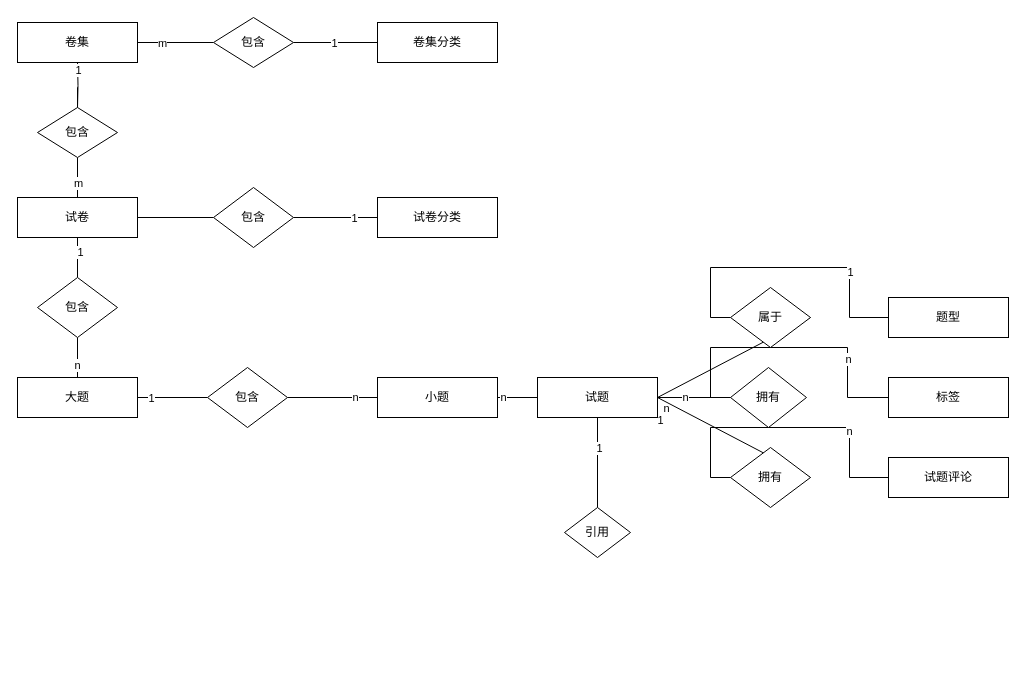
Before: page "总体E-R图" (7 of 16) of 题库E-R.drawio in ChenLiheng/question-project, a draw.io diagram. Source tidied: cells renumbered, new cells numbered last; positions are measured from the earlier drawing's top-left corner, leaving out a move shared by most shapes. Both pictures are drawn from the tidied source at 100%, with x=0, y=0 at pixel (17, 17).
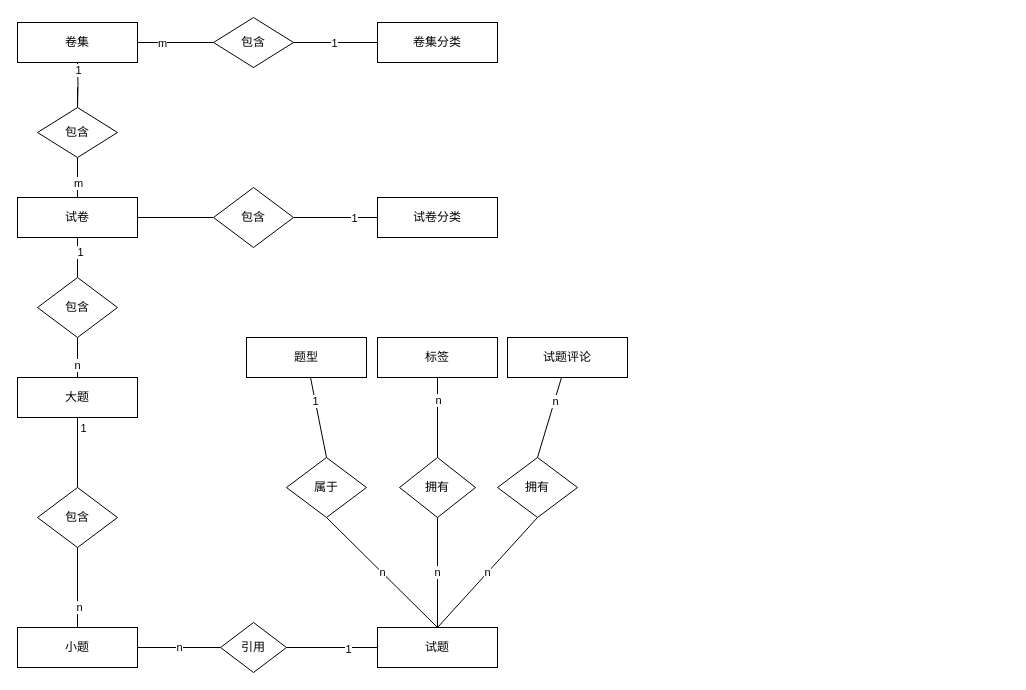
The same page after the edit.

The edit, as a diff of the source:
```diff
@@
-    <mxCell id="10" style="edgeStyle=orthogonalEdgeStyle;rounded=0;jettySize=auto;html=1;endArrow=none;endFill=0;" parent="1" edge="1" source="59" target="14">
-      <mxGeometry relative="1" as="geometry" />
-    </mxCell>
     <mxCell id="11" value="小题" style="whiteSpace=wrap;html=1;" parent="1" vertex="1">
-      <mxGeometry x="360" y="360" width="120" height="40" as="geometry" />
+      <mxGeometry y="610" width="120" height="40" as="geometry" />
     </mxCell>
@@
     <mxCell id="14" value="引用" style="rhombus;whiteSpace=wrap;html=1;" parent="1" vertex="1">
-      <mxGeometry x="547" y="490" width="66" height="50" as="geometry" />
+      <mxGeometry x="203" y="605" width="66" height="50" as="geometry" />
     </mxCell>
-    <mxCell id="15" style="rounded=0;jettySize=auto;html=1;endArrow=none;endFill=0;" parent="1" edge="1" source="17" target="11">
+    <mxCell id="15" style="rounded=0;jettySize=auto;html=1;endArrow=none;endFill=0;exitX=0.5;exitY=1;exitDx=0;exitDy=0;" parent="1" edge="1" source="17" target="11">
       <mxGeometry relative="1" as="geometry" />
     </mxCell>
@@
     <mxCell id="17" value="包含" style="rhombus;whiteSpace=wrap;html=1;" parent="1" vertex="1">
-      <mxGeometry x="190" y="350" width="80" height="60" as="geometry" />
+      <mxGeometry x="20" y="470" width="80" height="60" as="geometry" />
     </mxCell>
@@
-    <mxCell id="26" style="rounded=0;jettySize=auto;html=1;endArrow=none;endFill=0;exitX=1;exitY=0.5;exitDx=0;exitDy=0;" parent="1" edge="1" source="59" target="40">
+    <mxCell id="26" value="n" style="rounded=0;jettySize=auto;html=1;endArrow=none;endFill=0;exitX=0.5;exitY=0;exitDx=0;exitDy=0;" parent="1" edge="1" source="59" target="40">
       <mxGeometry relative="1" as="geometry" />
     </mxCell>
-    <mxCell id="27" value="n" style="edgeLabel;html=1;align=center;verticalAlign=middle;" parent="26" vertex="1">
-      <mxGeometry x="-0.8" y="-1" relative="1" as="geometry">
-        <mxPoint x="1" y="9" as="offset" />
-      </mxGeometry>
-    </mxCell>
-    <mxCell id="28" style="rounded=0;jettySize=auto;html=1;exitX=1;exitY=0.5;exitDx=0;exitDy=0;entryX=1;entryY=0.5;entryDx=0;entryDy=0;endArrow=none;endFill=0;" parent="1" edge="1" source="59" target="37">
+    <mxCell id="28" value="n" style="rounded=0;jettySize=auto;html=1;exitX=0.5;exitY=0;exitDx=0;exitDy=0;entryX=0.5;entryY=1;entryDx=0;entryDy=0;endArrow=none;endFill=0;" parent="1" edge="1" source="59" target="37">
       <mxGeometry relative="1" as="geometry" />
     </mxCell>
-    <mxCell id="29" value="1" style="edgeLabel;html=1;align=center;verticalAlign=middle;" parent="28" vertex="1">
-      <mxGeometry x="-0.81" y="-3" relative="1" as="geometry">
-        <mxPoint x="-10" y="12" as="offset" />
-      </mxGeometry>
-    </mxCell>
-    <mxCell id="30" style="rounded=0;jettySize=auto;html=1;entryX=1;entryY=0.5;entryDx=0;entryDy=0;endArrow=none;endFill=0;exitX=1;exitY=0.5;exitDx=0;exitDy=0;" parent="1" edge="1" source="59" target="43">
+    <mxCell id="30" value="n" style="rounded=0;jettySize=auto;html=1;entryX=0.5;entryY=1;entryDx=0;entryDy=0;endArrow=none;endFill=0;exitX=0.5;exitY=0;exitDx=0;exitDy=0;" parent="1" edge="1" source="59" target="43">
       <mxGeometry relative="1" as="geometry" />
     </mxCell>
-    <mxCell id="31" value="n" style="edgeLabel;html=1;align=center;verticalAlign=middle;" parent="30" vertex="1">
-      <mxGeometry x="-0.77" relative="1" as="geometry">
-        <mxPoint x="10" y="9" as="offset" />
-      </mxGeometry>
-    </mxCell>
     <mxCell id="32" value="试题评论" style="whiteSpace=wrap;html=1;" parent="1" vertex="1">
-      <mxGeometry x="871" y="440" width="120" height="40" as="geometry" />
+      <mxGeometry x="490" y="320" width="120" height="40" as="geometry" />
     </mxCell>
     <mxCell id="33" value="标签" style="whiteSpace=wrap;html=1;" parent="1" vertex="1">
-      <mxGeometry x="871" y="360" width="120" height="40" as="geometry" />
+      <mxGeometry x="360" y="320" width="120" height="40" as="geometry" />
     </mxCell>
     <mxCell id="34" value="题型" style="whiteSpace=wrap;html=1;" parent="1" vertex="1">
-      <mxGeometry x="871" y="280" width="120" height="40" as="geometry" />
+      <mxGeometry x="229" y="320" width="120" height="40" as="geometry" />
     </mxCell>
-    <mxCell id="35" style="edgeStyle=orthogonalEdgeStyle;rounded=0;jettySize=auto;html=1;endArrow=none;endFill=0;exitX=0;exitY=0.5;exitDx=0;exitDy=0;" parent="1" edge="1" source="37" target="32">
+    <mxCell id="35" style="rounded=0;jettySize=auto;html=1;endArrow=none;endFill=0;exitX=0.5;exitY=0;exitDx=0;exitDy=0;" parent="1" edge="1" source="37" target="32">
       <mxGeometry relative="1" as="geometry" />
     </mxCell>
@@
     <mxCell id="37" value="拥有" style="rhombus;whiteSpace=wrap;html=1;flipH=1;legacyAnchorPoints=0;" parent="1" vertex="1">
-      <mxGeometry x="713" y="430" width="80" height="60" as="geometry" />
+      <mxGeometry x="480" y="440" width="80" height="60" as="geometry" />
     </mxCell>
-    <mxCell id="38" style="edgeStyle=orthogonalEdgeStyle;rounded=0;jettySize=auto;html=1;exitX=0;exitY=0.5;exitDx=0;exitDy=0;endArrow=none;endFill=0;" parent="1" edge="1" source="40" target="33">
+    <mxCell id="38" style="rounded=0;jettySize=auto;html=1;exitX=0.5;exitY=0;exitDx=0;exitDy=0;endArrow=none;endFill=0;" parent="1" edge="1" source="40" target="33">
       <mxGeometry relative="1" as="geometry" />
     </mxCell>
@@
     <mxCell id="40" value="拥有" style="rhombus;whiteSpace=wrap;html=1;flipH=1;legacyAnchorPoints=0;" parent="1" vertex="1">
-      <mxGeometry x="713" y="350" width="76" height="60" as="geometry" />
+      <mxGeometry x="382" y="440" width="76" height="60" as="geometry" />
     </mxCell>
-    <mxCell id="41" style="edgeStyle=orthogonalEdgeStyle;rounded=0;jettySize=auto;html=1;exitX=0;exitY=0.5;exitDx=0;exitDy=0;endArrow=none;endFill=0;" parent="1" edge="1" source="43" target="34">
+    <mxCell id="41" style="rounded=0;jettySize=auto;html=1;exitX=0.5;exitY=0;exitDx=0;exitDy=0;endArrow=none;endFill=0;" parent="1" edge="1" source="43" target="34">
       <mxGeometry relative="1" as="geometry" />
     </mxCell>
@@
     <mxCell id="43" value="属于" style="rhombus;whiteSpace=wrap;html=1;flipH=1;legacyAnchorPoints=0;" parent="1" vertex="1">
-      <mxGeometry x="713" y="270" width="80" height="60" as="geometry" />
+      <mxGeometry x="269" y="440" width="80" height="60" as="geometry" />
     </mxCell>
@@
-    <mxCell id="57" style="edgeStyle=orthogonalEdgeStyle;rounded=0;jettySize=auto;html=1;endArrow=none;endFill=0;" parent="1" edge="1" source="11" target="59">
-      <mxGeometry relative="1" as="geometry" />
-    </mxCell>
-    <mxCell id="58" value="n" style="edgeLabel;html=1;align=center;verticalAlign=middle;" parent="57" vertex="1">
-      <mxGeometry x="-0.75" y="1" relative="1" as="geometry" />
-    </mxCell>
     <mxCell id="59" value="试题" style="whiteSpace=wrap;html=1;" parent="1" vertex="1">
-      <mxGeometry x="520" y="360" width="120" height="40" as="geometry" />
+      <mxGeometry x="360" y="610" width="120" height="40" as="geometry" />
     </mxCell>
+    <mxCell id="60" value="n" style="edgeStyle=orthogonalEdgeStyle;rounded=0;jettySize=auto;html=1;exitX=1;exitY=0.5;exitDx=0;exitDy=0;endArrow=none;endFill=0;" parent="1" edge="1" source="11" target="14">
+      <mxGeometry relative="1" as="geometry" />
+    </mxCell>
```
